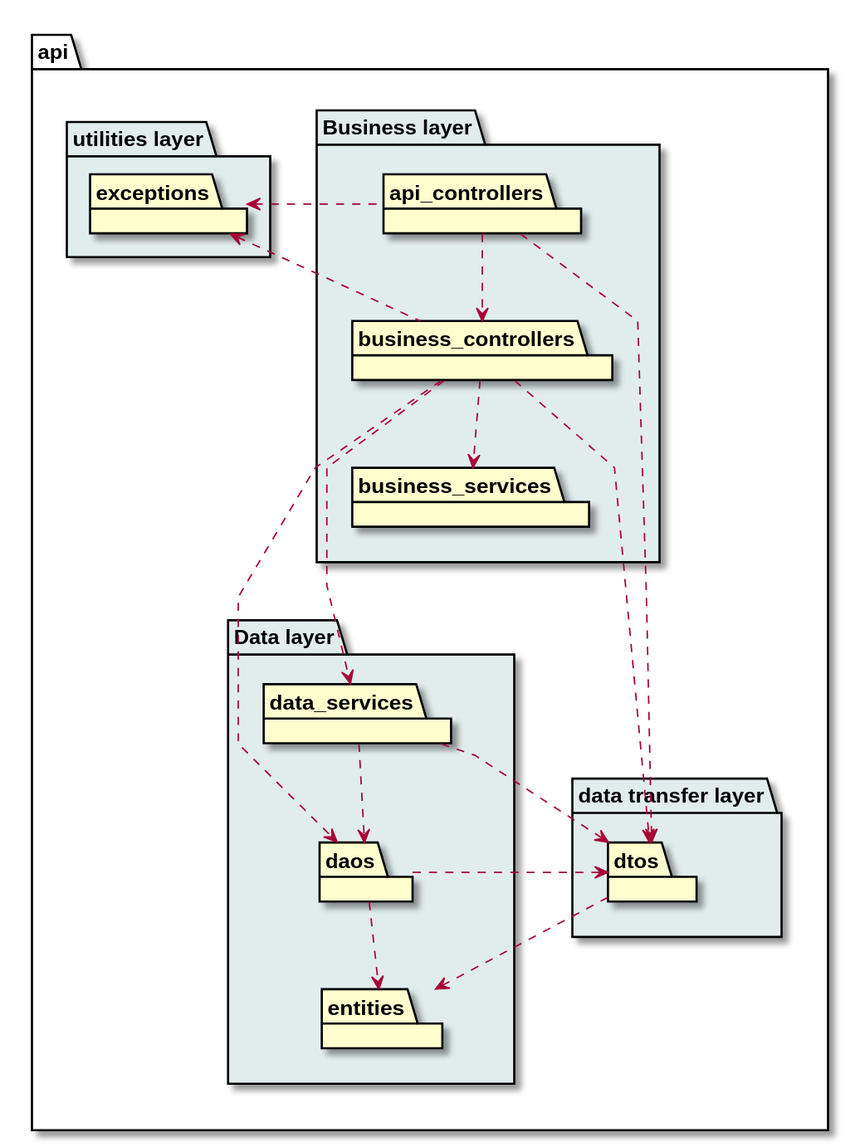
This is documentation/3design/architecture/svg/api_layer_web_architecture_packages.svg from Ruskab/agrimManager, a PlantUML export, as it was before one commit.
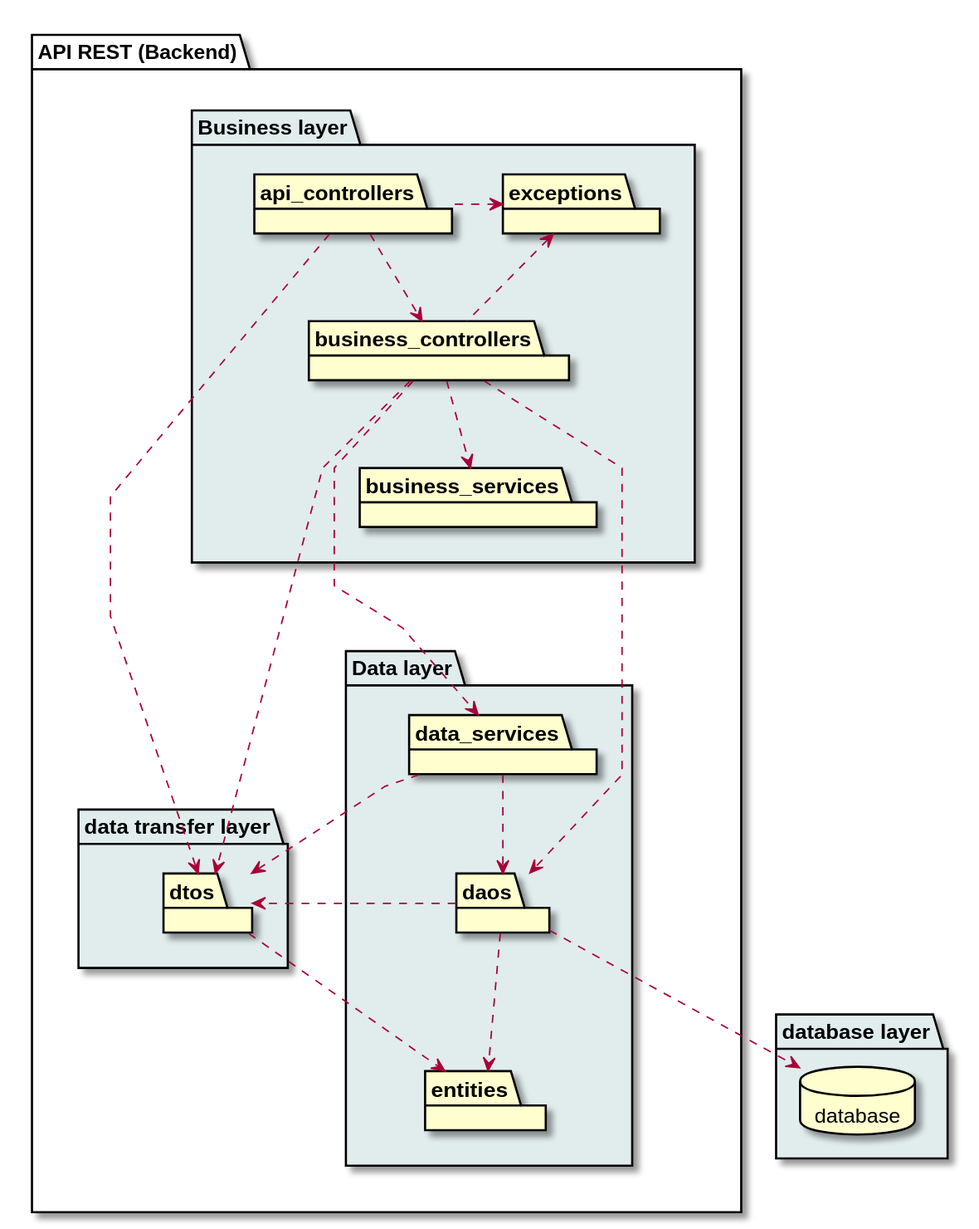
Later version of the same file.

Change to the diagram source:
```diff
@@ -3,12 +3,14 @@
 
 
 
-package api {
+package api as "API REST (Backend)" {
 
 package  business_layer as "Business layer" #e1eced  {
     package api_controllers
     package business_controllers
     package business_services
+    package exceptions
+
 }
 
 package data_layer as "Data layer" #e1eced {
@@ -23,12 +25,13 @@
     package dtos
 }
 
-package utils_layer as "utilities layer" #e1eced {
-    package exceptions
-}
 
 
 
+}
+
+package database_layer as "database layer" #e1eced {
+database database
 }
 
 business_layer .[hidden].> dto_layer
@@ -39,7 +42,7 @@
 api_controllers ..> business_controllers
 business_controllers ..> business_services
 business_controllers ..> daos
-business_controllers ..> data_services
+business_controllers ....> data_services
 data_services ..> daos
 daos ..> entities
 
@@ -48,6 +51,7 @@
 data_services ..> dtos
 daos ..> dtos
 dtos ..> entities
+daos .down.> database
 api_controllers .left.> exceptions
 business_controllers .left.> exceptions
 
```
